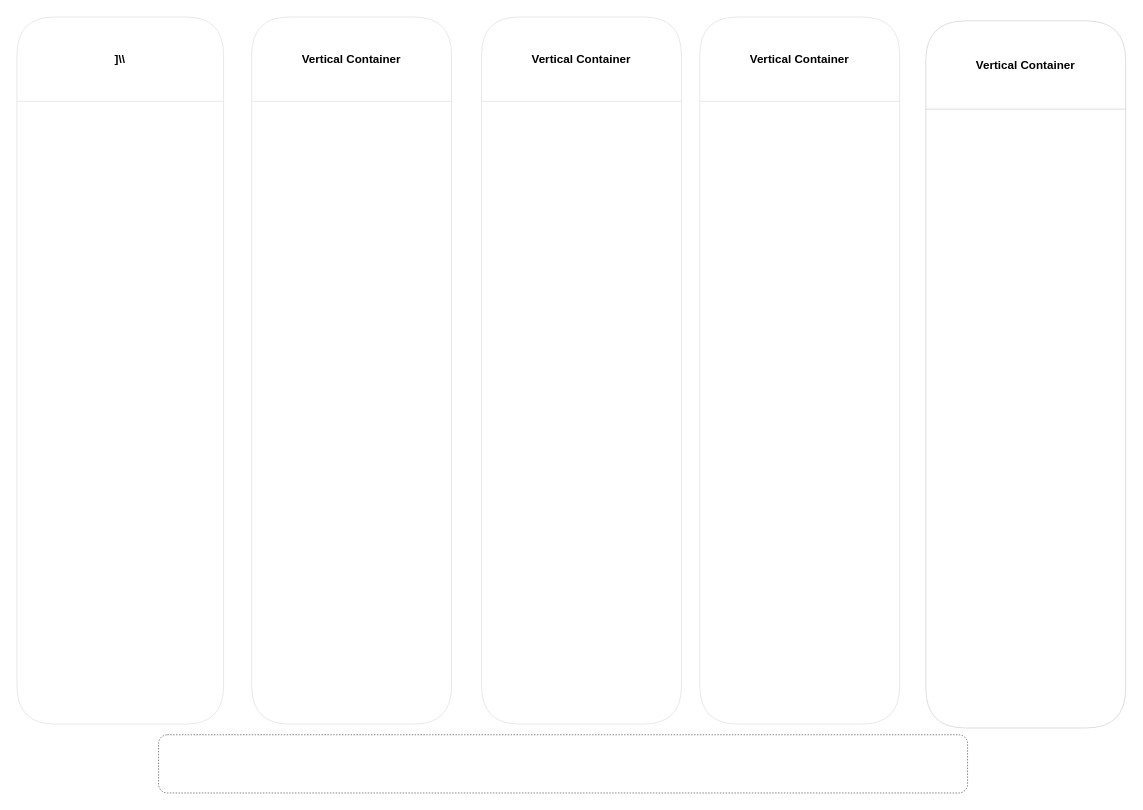
Earlier version of the draw.io diagram diagram/SNAPPI_FrameWork.drawio (Murad734138/SNAPPI). Source tidied: cells renumbered, new cells numbered last; positions are measured from the earlier drawing's top-left corner, leaving out a move shared by most shapes. Both pictures are drawn from the tidied source at 97%, with x=0, y=0 at pixel (16, 16).
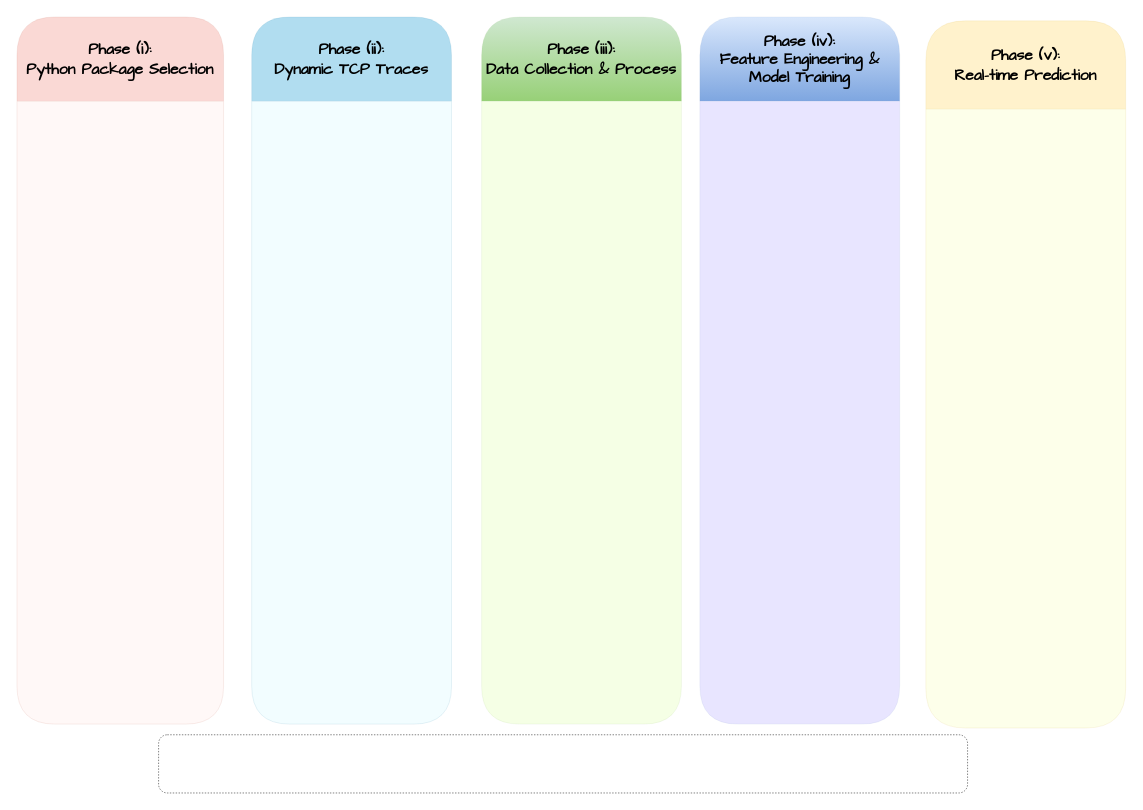
The same page after the edit.

The edit, as a diff of the source:
```diff
@@
 <mxGraphModel background="#FFFFFF">
   <root>
     <mxCell id="0" />
     <mxCell id="1" parent="0" />
-    <mxCell id="2" value="]\\" style="swimlane;whiteSpace=wrap;html=1;swimlaneFillColor=default;rounded=1;startSize=87;strokeWidth=0.1;" parent="1" vertex="1">
+    <mxCell id="2" value="&lt;font style=&quot;font-size: 16px;&quot; face=&quot;Comic Sans MS&quot;&gt;Phase (i):&lt;/font&gt;&lt;div&gt;&lt;font style=&quot;font-size: 16px;&quot; face=&quot;Comic Sans MS&quot;&gt;Python Package Selection&lt;/font&gt;&lt;/div&gt;" style="swimlane;whiteSpace=wrap;html=1;swimlaneFillColor=#FFF8F7;rounded=1;startSize=87;strokeWidth=0.1;fillColor=#fad9d5;strokeColor=#ae4132;" parent="1" vertex="1">
       <mxGeometry width="213" height="729" as="geometry" />
     </mxCell>
-    <mxCell id="3" value="Vertical Container" style="swimlane;whiteSpace=wrap;html=1;swimlaneFillColor=default;rounded=1;startSize=91;strokeWidth=0.14;" parent="1" vertex="1">
+    <mxCell id="3" value="&lt;font style=&quot;font-size: 16px;&quot; face=&quot;Comic Sans MS&quot;&gt;Phase (v):&lt;/font&gt;&lt;div&gt;&lt;font style=&quot;font-size: 16px;&quot; face=&quot;Comic Sans MS&quot;&gt;Real-time Prediction&lt;/font&gt;&lt;/div&gt;" style="swimlane;whiteSpace=wrap;html=1;swimlaneFillColor=#FDFFEA;rounded=1;startSize=91;strokeWidth=0.14;fillColor=#fff2cc;strokeColor=#d6b656;" parent="1" vertex="1">
       <mxGeometry x="937" y="4" width="206" height="729" as="geometry" />
     </mxCell>
-    <mxCell id="4" value="Vertical Container" style="swimlane;whiteSpace=wrap;html=1;swimlaneFillColor=default;rounded=1;startSize=87;strokeWidth=0.1;" parent="1" vertex="1">
+    <mxCell id="4" value="&lt;font style=&quot;font-size: 16px;&quot; face=&quot;Comic Sans MS&quot;&gt;Phase (iv):&lt;/font&gt;&lt;div&gt;&lt;font style=&quot;font-size: 16px;&quot; face=&quot;Comic Sans MS&quot;&gt;Feature Engineering &amp;amp;&lt;/font&gt;&lt;/div&gt;&lt;div&gt;&lt;font style=&quot;font-size: 16px;&quot; face=&quot;Comic Sans MS&quot;&gt;Model Training&lt;/font&gt;&lt;/div&gt;" style="swimlane;whiteSpace=wrap;html=1;swimlaneFillColor=#E8E5FF;rounded=1;startSize=87;strokeWidth=0.1;fillColor=#dae8fc;gradientColor=#7ea6e0;strokeColor=#6c8ebf;" parent="1" vertex="1">
       <mxGeometry x="704" width="206" height="729" as="geometry" />
     </mxCell>
-    <mxCell id="5" value="Vertical Container" style="swimlane;whiteSpace=wrap;html=1;swimlaneFillColor=default;rounded=1;startSize=87;strokeWidth=0.1;" parent="1" vertex="1">
+    <mxCell id="5" value="&lt;font style=&quot;font-size: 16px;&quot; face=&quot;Comic Sans MS&quot;&gt;Phase (iii):&lt;/font&gt;&lt;div&gt;&lt;font style=&quot;font-size: 16px;&quot; face=&quot;Comic Sans MS&quot;&gt;Data Collection &amp;amp; Process&lt;/font&gt;&lt;/div&gt;" style="swimlane;whiteSpace=wrap;html=1;swimlaneFillColor=#F5FFE5;rounded=1;startSize=87;strokeWidth=0.1;fillColor=#D0E8D1;strokeColor=#82b366;gradientColor=#97d077;" parent="1" vertex="1">
       <mxGeometry x="479" width="206" height="729" as="geometry" />
     </mxCell>
-    <mxCell id="6" value="Vertical Container" style="swimlane;whiteSpace=wrap;html=1;swimlaneFillColor=default;rounded=1;startSize=87;strokeWidth=0.1;" parent="1" vertex="1">
+    <mxCell id="6" value="&lt;font style=&quot;font-size: 16px;&quot; face=&quot;Comic Sans MS&quot;&gt;Phase (ii):&lt;/font&gt;&lt;div&gt;&lt;font style=&quot;font-size: 16px;&quot; face=&quot;Comic Sans MS&quot;&gt;Dynamic TCP Traces&lt;/font&gt;&lt;/div&gt;" style="swimlane;whiteSpace=wrap;html=1;swimlaneFillColor=#F2FDFF;rounded=1;startSize=87;strokeWidth=0.1;fillColor=#b1ddf0;strokeColor=#10739e;" parent="1" vertex="1">
       <mxGeometry x="242" width="206" height="729" as="geometry" />
     </mxCell>
     <mxCell id="7" style="rounded=1;whiteSpace=wrap;html=1;strokeWidth=0.5;dashed=1;" parent="1" vertex="1">
       <mxGeometry x="146" y="740" width="834" height="60" as="geometry" />
     </mxCell>
   </root>
 </mxGraphModel>
```
